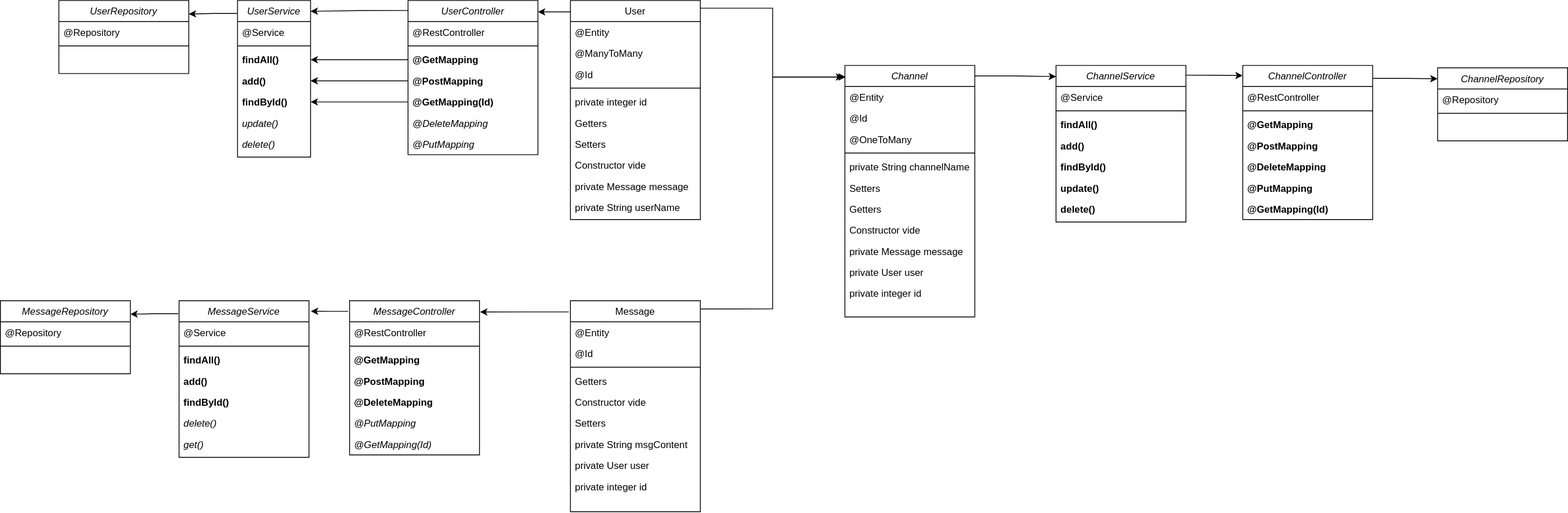
This is src/main/java/com/example/demo/ClassDiagramm.svg from ghezaliwahiba/SlackProjetFinal, a draw.io export, as it was before one commit. Source tidied: cells renumbered, new cells last; positions are measured from the earlier drawing's top-left corner, leaving out a move shared by most shapes.
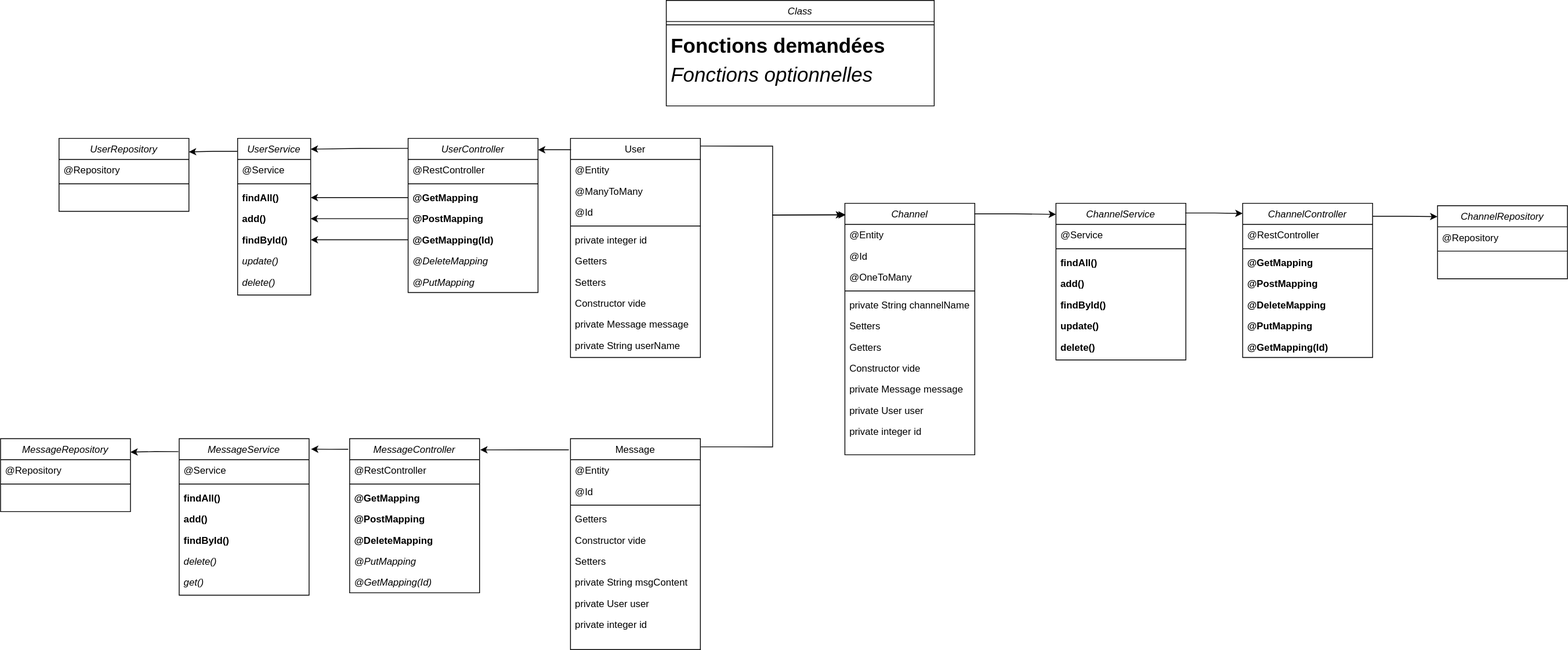
Above is the later version.

Commit message:
Mise à jour de ClassDiagramm.svg

The edit, as a diff of the source:
```diff
@@ -316,5 +316,17 @@
     <mxCell id="105" style="edgeStyle=orthogonalEdgeStyle;rounded=0;jettySize=auto;html=1;exitX=-0.011;exitY=0.069;exitDx=0;exitDy=0;entryX=1.015;entryY=0.067;entryDx=0;entryDy=0;entryPerimeter=0;exitPerimeter=0;" parent="1" edge="1" source="83" target="91">
       <mxGeometry relative="1" as="geometry" />
     </mxCell>
+    <mxCell id="106" value="Class" style="swimlane;fontStyle=2;align=center;verticalAlign=top;horizontal=1;startSize=26;rounded=0;shadow=0;strokeWidth=1;" parent="1" vertex="1">
+      <mxGeometry x="820" y="-170" width="330" height="130" as="geometry" />
+    </mxCell>
+    <mxCell id="107" style="line;html=1;strokeWidth=1;align=left;verticalAlign=middle;spacingTop=-1;spacingLeft=3;spacingRight=3;labelPosition=right;" parent="106" vertex="1">
+      <mxGeometry y="26" width="330" height="8" as="geometry" />
+    </mxCell>
+    <mxCell id="108" value="Fonctions demandées" style="text;align=left;verticalAlign=top;spacingLeft=4;spacingRight=4;overflow=hidden;fontStyle=1;fontSize=25;" parent="106" vertex="1">
+      <mxGeometry y="34" width="330" height="36" as="geometry" />
+    </mxCell>
+    <mxCell id="109" value="Fonctions optionnelles" style="text;align=left;verticalAlign=top;spacingLeft=4;spacingRight=4;overflow=hidden;fontStyle=2;fontSize=25;" parent="106" vertex="1">
+      <mxGeometry y="70" width="330" height="40" as="geometry" />
+    </mxCell>
   </root>
 </mxGraphModel>
```
